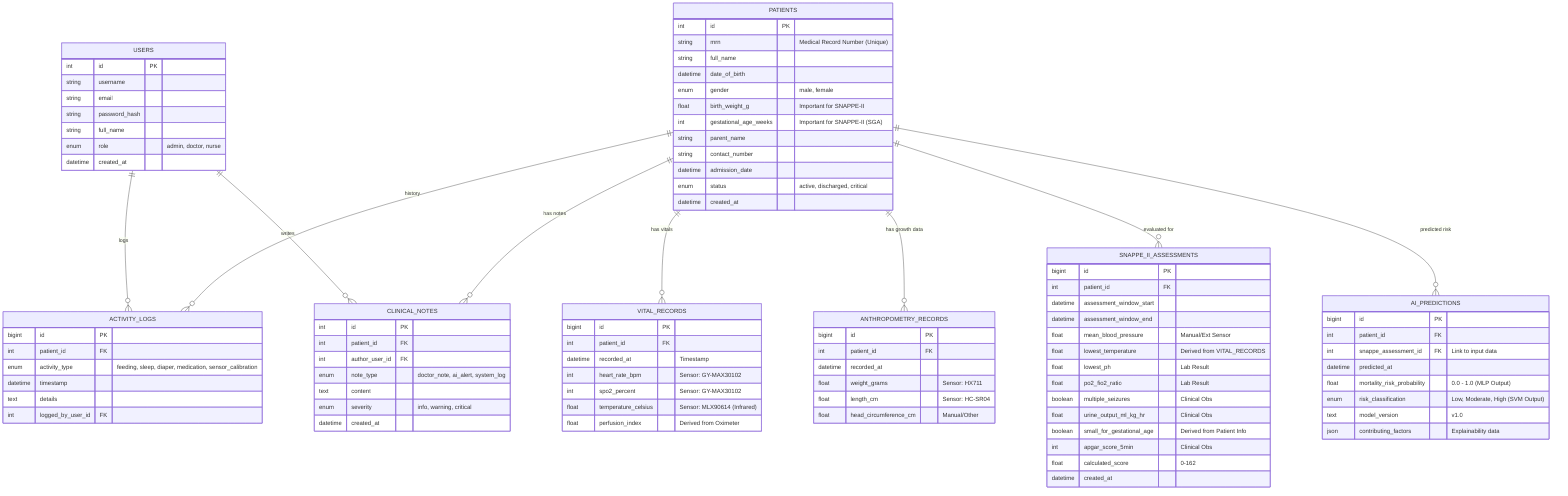
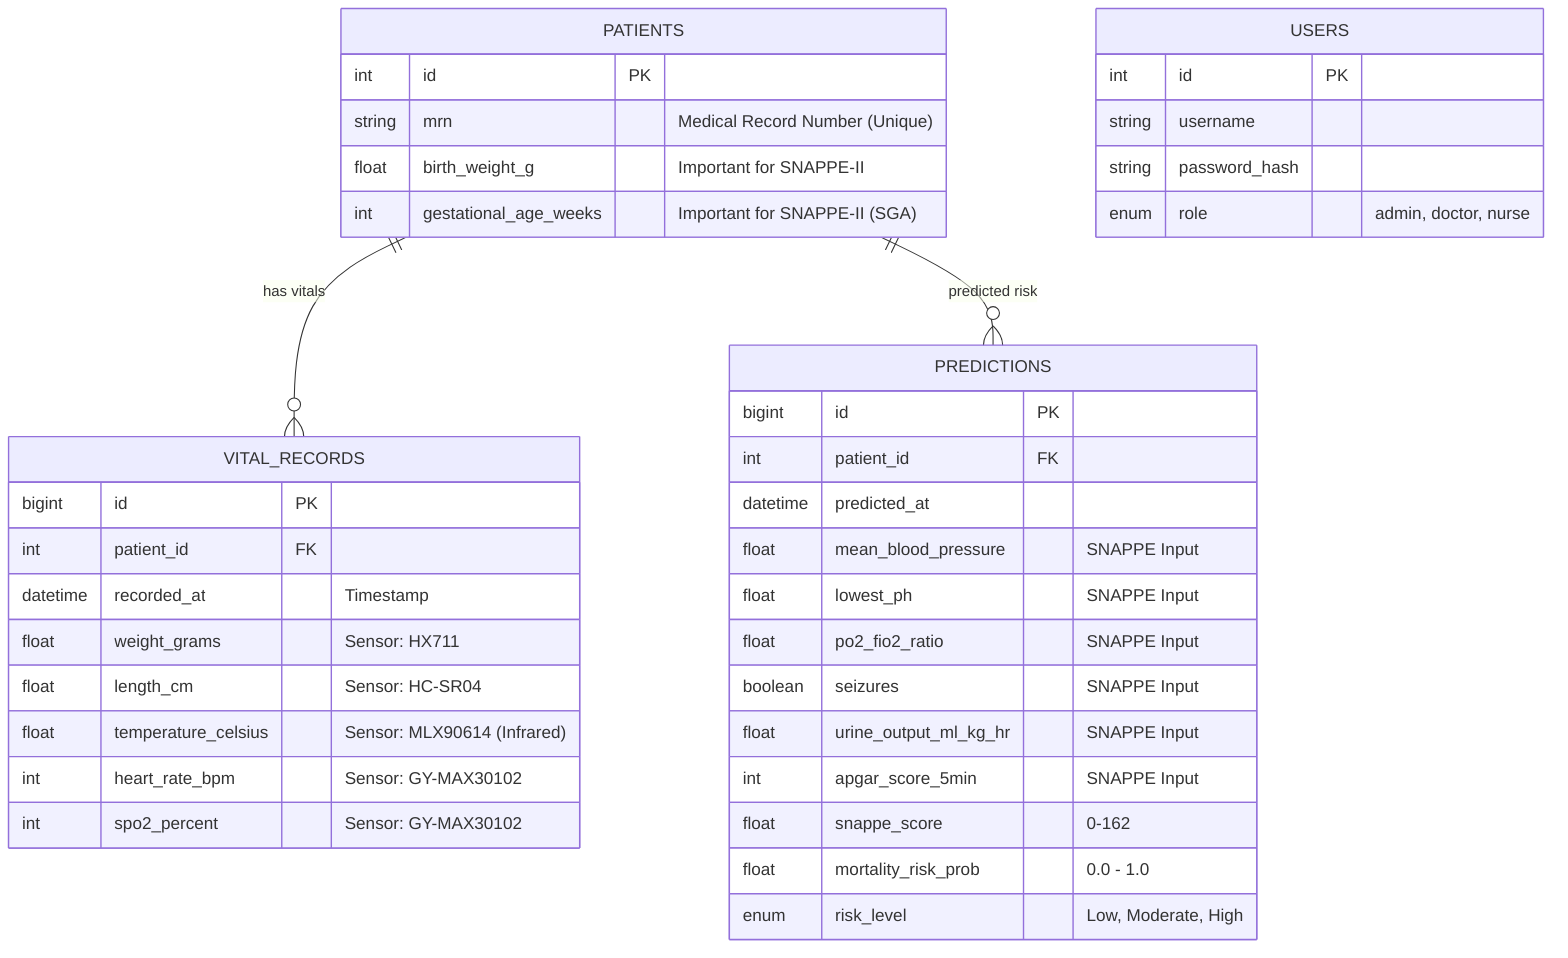
---
id: 22e4e7b4-6f41-4f97-840d-00233f48d050
---
erDiagram
    %% Relations
-     USERS ||--o{ ACTIVITY_LOGS : "logs"
-     USERS ||--o{ CLINICAL_NOTES : "writes"
    PATIENTS ||--o{ VITAL_RECORDS : "has vitals"
-     PATIENTS ||--o{ ANTHROPOMETRY_RECORDS : "has growth data"
-     PATIENTS ||--o{ SNAPPE_II_ASSESSMENTS : "evaluated for"
-     PATIENTS ||--o{ AI_PREDICTIONS : "predicted risk"
-     PATIENTS ||--o{ CLINICAL_NOTES : "has notes"
-     PATIENTS ||--o{ ACTIVITY_LOGS : "history"
+     PATIENTS ||--o{ PREDICTIONS : "predicted risk"

    %% Entities
    USERS {
        int id PK
        string username
-         string email
        string password_hash
-         string full_name
        enum role "admin, doctor, nurse"
-         datetime created_at
    }

    PATIENTS {
        int id PK
        string mrn "Medical Record Number (Unique)"
-         string full_name
-         datetime date_of_birth
-         enum gender "male, female"
        float birth_weight_g "Important for SNAPPE-II"
        int gestational_age_weeks "Important for SNAPPE-II (SGA)"
-         string parent_name
-         string contact_number
-         datetime admission_date
-         enum status "active, discharged, critical"
-         datetime created_at
    }

-     %% High Frequency Sensor Data (Real-time)
+     %% High Frequency & Anthropometry (Real-time Scale Data)
    VITAL_RECORDS {
        bigint id PK
        int patient_id FK
        datetime recorded_at "Timestamp"
+         float weight_grams "Sensor: HX711"
+         float length_cm "Sensor: HC-SR04"
+         float temperature_celsius "Sensor: MLX90614 (Infrared)"
        int heart_rate_bpm "Sensor: GY-MAX30102"
        int spo2_percent "Sensor: GY-MAX30102"
-         float temperature_celsius "Sensor: MLX90614 (Infrared)"
-         float perfusion_index "Derived from Oximeter"
    }

-     %% Low Frequency Sensor Data (Growth)
-     ANTHROPOMETRY_RECORDS {
+     %% AI Model Outputs & SNAPPE-II Inputs
+     PREDICTIONS {
        bigint id PK
        int patient_id FK
-         datetime recorded_at
-         float weight_grams "Sensor: HX711"
-         float length_cm "Sensor: HC-SR04"
-         float head_circumference_cm "Manual/Other"
-     }
- 
-     %% SNAPPE-II Specific Inputs (Hybrid: Sensors + Lab/Manual)
-     SNAPPE_II_ASSESSMENTS {
-         bigint id PK
-         int patient_id FK
-         datetime assessment_window_start
-         datetime assessment_window_end
-         float mean_blood_pressure "Manual/Ext Sensor"
-         float lowest_temperature "Derived from VITAL_RECORDS"
-         float lowest_ph "Lab Result"
-         float po2_fio2_ratio "Lab Result"
-         boolean multiple_seizures "Clinical Obs"
-         float urine_output_ml_kg_hr "Clinical Obs"
-         boolean small_for_gestational_age "Derived from Patient Info"
-         int apgar_score_5min "Clinical Obs"
-         float calculated_score "0-162"
-         datetime created_at
-     }
- 
-     %% AI Model Outputs
-     AI_PREDICTIONS {
-         bigint id PK
-         int patient_id FK
-         int snappe_assessment_id FK "Link to input data"
        datetime predicted_at
-         float mortality_risk_probability "0.0 - 1.0 (MLP Output)"
-         enum risk_classification "Low, Moderate, High (SVM Output)"
-         text model_version "v1.0"
-         json contributing_factors "Explainability data"
-     }
- 
-     ACTIVITY_LOGS {
-         bigint id PK
-         int patient_id FK
-         enum activity_type "feeding, sleep, diaper, medication, sensor_calibration"
-         datetime timestamp
-         text details
-         int logged_by_user_id FK
-     }
- 
-     CLINICAL_NOTES {
-         int id PK
-         int patient_id FK
-         int author_user_id FK
-         enum note_type "doctor_note, ai_alert, system_log"
-         text content
-         enum severity "info, warning, critical"
-         datetime created_at
+         float mean_blood_pressure "SNAPPE Input"
+         float lowest_ph "SNAPPE Input"
+         float po2_fio2_ratio "SNAPPE Input"
+         boolean seizures "SNAPPE Input"
+         float urine_output_ml_kg_hr "SNAPPE Input"
+         int apgar_score_5min "SNAPPE Input"
+         float snappe_score "0-162"
+         float mortality_risk_prob "0.0 - 1.0"
+         enum risk_level "Low, Moderate, High"
    }